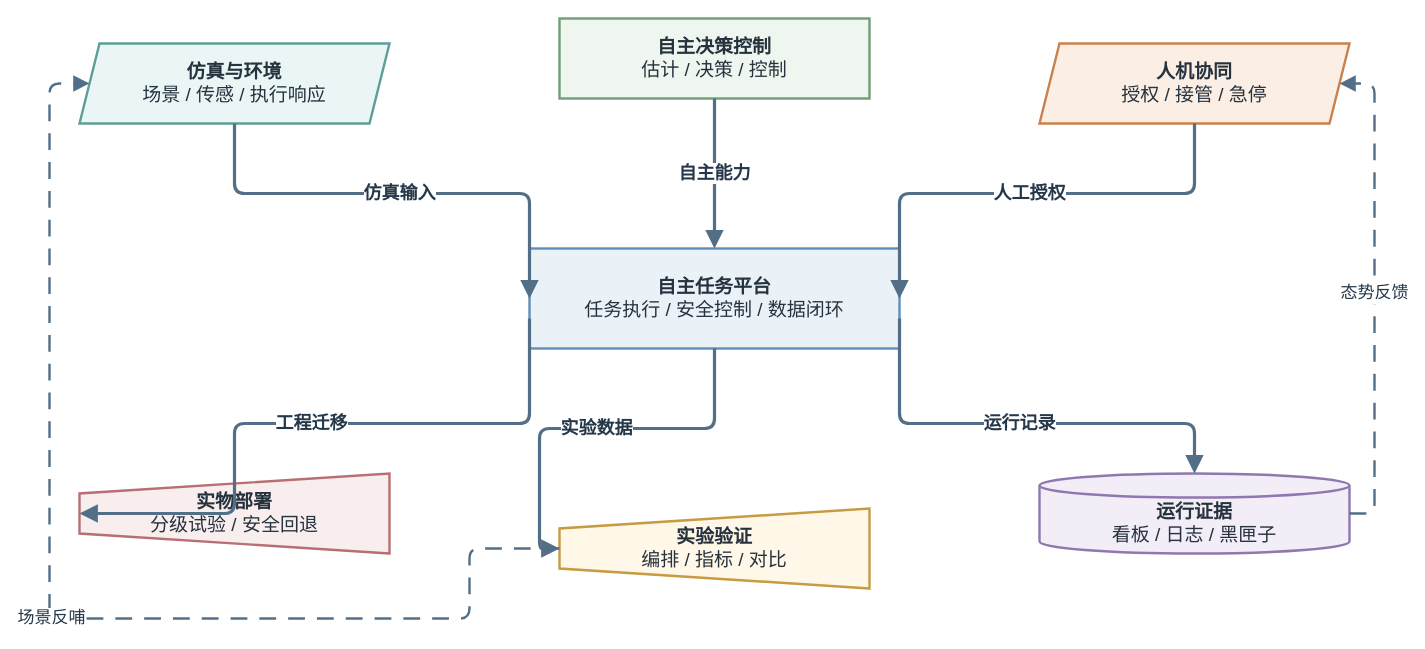
Before: docs/thesis/figures/architecture/auv_system_capability_map.drawio in 360ZMEM/AUV-Master-Project, a draw.io diagram. Source tidied: cells renumbered, new cells numbered last; positions are measured from the earlier drawing's top-left corner, leaving out a move shared by most shapes. Both pictures are drawn from the tidied source at 100%, with x=0, y=0 at pixel (49, 18).
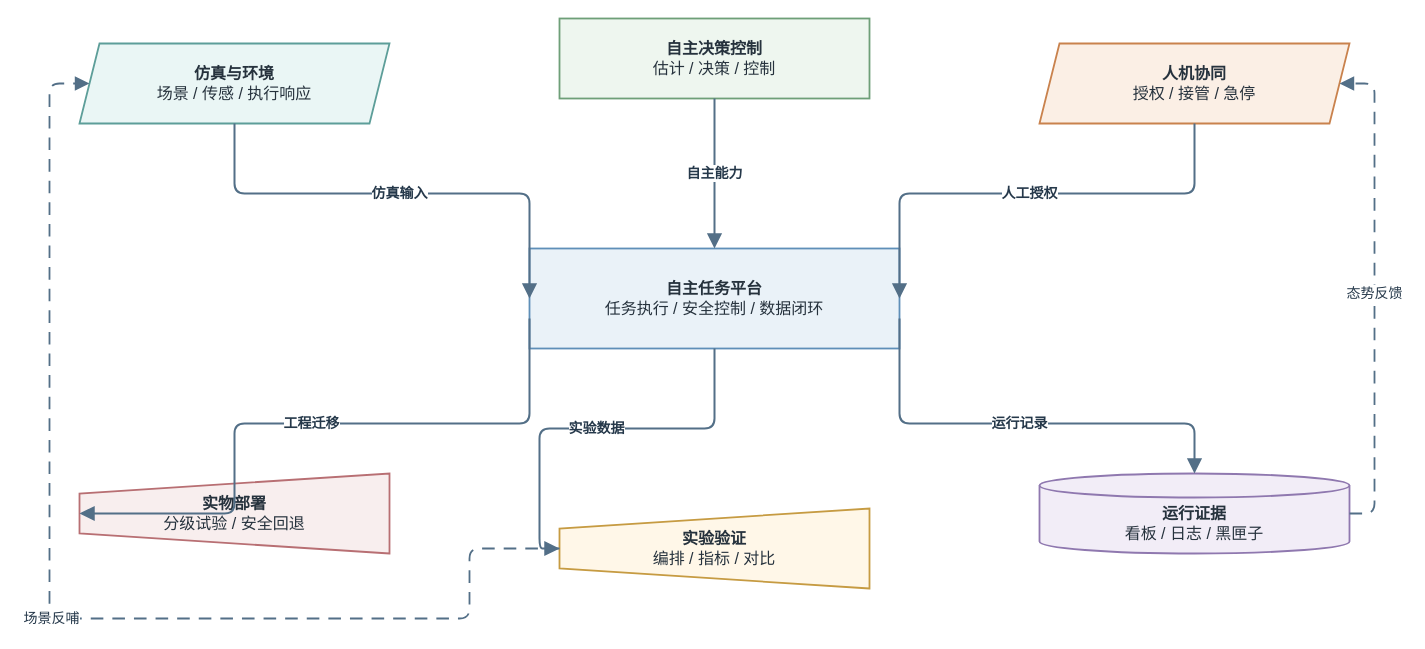
The same page after the edit.

The edit, as a diff of the source:
```diff
@@
-    <mxCell id="2" value="&lt;b&gt;自主任务平台&lt;/b&gt;&lt;br&gt;任务执行 / 安全控制 / 数据闭环" style="rounded=0;whiteSpace=wrap;html=1;align=center;verticalAlign=middle;fillColor=#EAF2F8;strokeColor=#5F8FB8;strokeWidth=2.4;spacing=8;fontFamily=Songti SC;fontSize=19;fontColor=#26323D;" parent="1" vertex="1">
+    <mxCell id="2" value="&lt;b&gt;自主任务平台&lt;/b&gt;&lt;br&gt;任务执行 / 安全控制 / 数据闭环" style="rounded=0;whiteSpace=wrap;html=1;align=center;verticalAlign=middle;fillColor=#EAF2F8;strokeColor=#5F8FB8;strokeWidth=1.8;spacing=8;fontFamily=Songti SC;fontSize=16;fontColor=#26323D;" parent="1" vertex="1">
       <mxGeometry x="480" y="230" width="370" height="100" as="geometry" />
     </mxCell>
-    <mxCell id="3" value="&lt;b&gt;仿真与环境&lt;/b&gt;&lt;br&gt;场景 / 传感 / 执行响应" style="shape=parallelogram;perimeter=parallelogramPerimeter;fixedSize=1;whiteSpace=wrap;html=1;align=center;verticalAlign=middle;fillColor=#EAF6F5;strokeColor=#5D9E99;strokeWidth=2.4;spacing=8;fontFamily=Songti SC;fontSize=19;fontColor=#26323D;" parent="1" vertex="1">
+    <mxCell id="3" value="&lt;b&gt;仿真与环境&lt;/b&gt;&lt;br&gt;场景 / 传感 / 执行响应" style="shape=parallelogram;perimeter=parallelogramPerimeter;fixedSize=1;whiteSpace=wrap;html=1;align=center;verticalAlign=middle;fillColor=#EAF6F5;strokeColor=#5D9E99;strokeWidth=1.8;spacing=8;fontFamily=Songti SC;fontSize=16;fontColor=#26323D;" parent="1" vertex="1">
       <mxGeometry x="30" y="25" width="310" height="80" as="geometry" />
     </mxCell>
-    <mxCell id="4" value="&lt;b&gt;自主决策控制&lt;/b&gt;&lt;br&gt;估计 / 决策 / 控制" style="rounded=0;whiteSpace=wrap;html=1;align=center;verticalAlign=middle;fillColor=#EEF6EF;strokeColor=#6E9F78;strokeWidth=2.4;spacing=8;fontFamily=Songti SC;fontSize=19;fontColor=#26323D;" parent="1" vertex="1">
+    <mxCell id="4" value="&lt;b&gt;自主决策控制&lt;/b&gt;&lt;br&gt;估计 / 决策 / 控制" style="rounded=0;whiteSpace=wrap;html=1;align=center;verticalAlign=middle;fillColor=#EEF6EF;strokeColor=#6E9F78;strokeWidth=1.8;spacing=8;fontFamily=Songti SC;fontSize=16;fontColor=#26323D;" parent="1" vertex="1">
       <mxGeometry x="510" width="310" height="80" as="geometry" />
     </mxCell>
-    <mxCell id="5" value="&lt;b&gt;人机协同&lt;/b&gt;&lt;br&gt;授权 / 接管 / 急停" style="shape=parallelogram;perimeter=parallelogramPerimeter;fixedSize=1;whiteSpace=wrap;html=1;align=center;verticalAlign=middle;fillColor=#FBEFE5;strokeColor=#C9824D;strokeWidth=2.4;spacing=8;fontFamily=Songti SC;fontSize=19;fontColor=#26323D;" parent="1" vertex="1">
+    <mxCell id="5" value="&lt;b&gt;人机协同&lt;/b&gt;&lt;br&gt;授权 / 接管 / 急停" style="shape=parallelogram;perimeter=parallelogramPerimeter;fixedSize=1;whiteSpace=wrap;html=1;align=center;verticalAlign=middle;fillColor=#FBEFE5;strokeColor=#C9824D;strokeWidth=1.8;spacing=8;fontFamily=Songti SC;fontSize=16;fontColor=#26323D;" parent="1" vertex="1">
       <mxGeometry x="990" y="25" width="310" height="80" as="geometry" />
     </mxCell>
-    <mxCell id="6" value="&lt;b&gt;实物部署&lt;/b&gt;&lt;br&gt;分级试验 / 安全回退" style="shape=trapezoid;perimeter=trapezoidPerimeter;fixedSize=1;direction=north;whiteSpace=wrap;html=1;align=center;verticalAlign=middle;fillColor=#F8EEEE;strokeColor=#B86F73;strokeWidth=2.4;spacing=8;fontFamily=Songti SC;fontSize=19;fontColor=#26323D;" parent="1" vertex="1">
+    <mxCell id="6" value="&lt;b&gt;实物部署&lt;/b&gt;&lt;br&gt;分级试验 / 安全回退" style="shape=trapezoid;perimeter=trapezoidPerimeter;fixedSize=1;direction=north;whiteSpace=wrap;html=1;align=center;verticalAlign=middle;fillColor=#F8EEEE;strokeColor=#B86F73;strokeWidth=1.8;spacing=8;fontFamily=Songti SC;fontSize=16;fontColor=#26323D;" parent="1" vertex="1">
       <mxGeometry x="30" y="455" width="310" height="80" as="geometry" />
     </mxCell>
-    <mxCell id="7" value="&lt;b&gt;实验验证&lt;/b&gt;&lt;br&gt;编排 / 指标 / 对比" style="shape=trapezoid;perimeter=trapezoidPerimeter;fixedSize=1;direction=north;whiteSpace=wrap;html=1;align=center;verticalAlign=middle;fillColor=#FFF7E8;strokeColor=#C69B42;strokeWidth=2.4;spacing=8;fontFamily=Songti SC;fontSize=19;fontColor=#26323D;" parent="1" vertex="1">
+    <mxCell id="7" value="&lt;b&gt;实验验证&lt;/b&gt;&lt;br&gt;编排 / 指标 / 对比" style="shape=trapezoid;perimeter=trapezoidPerimeter;fixedSize=1;direction=north;whiteSpace=wrap;html=1;align=center;verticalAlign=middle;fillColor=#FFF7E8;strokeColor=#C69B42;strokeWidth=1.8;spacing=8;fontFamily=Songti SC;fontSize=16;fontColor=#26323D;" parent="1" vertex="1">
       <mxGeometry x="510" y="490" width="310" height="80" as="geometry" />
     </mxCell>
-    <mxCell id="8" value="&lt;b&gt;运行证据&lt;/b&gt;&lt;br&gt;看板 / 日志 / 黑匣子" style="shape=cylinder3;boundedLbl=1;backgroundOutline=1;size=12;whiteSpace=wrap;html=1;align=center;verticalAlign=middle;fillColor=#F2EDF7;strokeColor=#8F78AF;strokeWidth=2.4;spacing=8;fontFamily=Songti SC;fontSize=19;fontColor=#26323D;" parent="1" vertex="1">
+    <mxCell id="8" value="&lt;b&gt;运行证据&lt;/b&gt;&lt;br&gt;看板 / 日志 / 黑匣子" style="shape=cylinder3;boundedLbl=1;backgroundOutline=1;size=12;whiteSpace=wrap;html=1;align=center;verticalAlign=middle;fillColor=#F2EDF7;strokeColor=#8F78AF;strokeWidth=1.8;spacing=8;fontFamily=Songti SC;fontSize=16;fontColor=#26323D;" parent="1" vertex="1">
       <mxGeometry x="990" y="455" width="310" height="80" as="geometry" />
     </mxCell>
-    <mxCell id="9" value="仿真输入" style="edgeStyle=orthogonalEdgeStyle;rounded=1;jettySize=auto;html=1;strokeColor=#536F87;strokeWidth=3.2;fontFamily=Songti SC;fontSize=18;fontStyle=1;fontColor=#25384A;labelBackgroundColor=#FFFFFF;labelBorderColor=none;endArrow=block;endFill=1;endSize=10;exitX=0.5;exitY=1;entryX=0;entryY=0.5;" parent="1" edge="1" source="3" target="2">
+    <mxCell id="9" value="仿真输入" style="edgeStyle=orthogonalEdgeStyle;rounded=1;jettySize=auto;html=1;strokeColor=#536F87;strokeWidth=2.0;fontFamily=Songti SC;fontSize=14;fontStyle=1;fontColor=#25384A;labelBackgroundColor=#FFFFFF;labelBorderColor=none;endArrow=block;endFill=1;endSize=10;exitX=0.5;exitY=1;entryX=0;entryY=0.5;" parent="1" edge="1" source="3" target="2">
       <mxGeometry relative="1" as="geometry">
         <Array as="points">
           <mxPoint x="185" y="175" />
           <mxPoint x="480" y="280" />
         </Array>
       </mxGeometry>
     </mxCell>
-    <mxCell id="10" value="自主能力" style="edgeStyle=orthogonalEdgeStyle;rounded=1;jettySize=auto;html=1;strokeColor=#536F87;strokeWidth=3.2;fontFamily=Songti SC;fontSize=18;fontStyle=1;fontColor=#25384A;labelBackgroundColor=#FFFFFF;labelBorderColor=none;endArrow=block;endFill=1;endSize=10;exitX=0.5;exitY=1;entryX=0.5;entryY=0;" parent="1" edge="1" source="4" target="2">
+    <mxCell id="10" value="自主能力" style="edgeStyle=orthogonalEdgeStyle;rounded=1;jettySize=auto;html=1;strokeColor=#536F87;strokeWidth=2.0;fontFamily=Songti SC;fontSize=14;fontStyle=1;fontColor=#25384A;labelBackgroundColor=#FFFFFF;labelBorderColor=none;endArrow=block;endFill=1;endSize=10;exitX=0.5;exitY=1;entryX=0.5;entryY=0;" parent="1" edge="1" source="4" target="2">
       <mxGeometry relative="1" as="geometry" />
     </mxCell>
-    <mxCell id="11" value="人工授权" style="edgeStyle=orthogonalEdgeStyle;rounded=1;jettySize=auto;html=1;strokeColor=#536F87;strokeWidth=3.2;fontFamily=Songti SC;fontSize=18;fontStyle=1;fontColor=#25384A;labelBackgroundColor=#FFFFFF;labelBorderColor=none;endArrow=block;endFill=1;endSize=10;exitX=0.5;exitY=1;entryX=1;entryY=0.5;" parent="1" edge="1" source="5" target="2">
+    <mxCell id="11" value="人工授权" style="edgeStyle=orthogonalEdgeStyle;rounded=1;jettySize=auto;html=1;strokeColor=#536F87;strokeWidth=2.0;fontFamily=Songti SC;fontSize=14;fontStyle=1;fontColor=#25384A;labelBackgroundColor=#FFFFFF;labelBorderColor=none;endArrow=block;endFill=1;endSize=10;exitX=0.5;exitY=1;entryX=1;entryY=0.5;" parent="1" edge="1" source="5" target="2">
       <mxGeometry relative="1" as="geometry">
         <Array as="points">
           <mxPoint x="1145" y="175" />
           <mxPoint x="850" y="280" />
         </Array>
       </mxGeometry>
     </mxCell>
-    <mxCell id="12" value="工程迁移" style="edgeStyle=orthogonalEdgeStyle;rounded=1;jettySize=auto;html=1;strokeColor=#536F87;strokeWidth=3.2;fontFamily=Songti SC;fontSize=18;fontStyle=1;fontColor=#25384A;labelBackgroundColor=#FFFFFF;labelBorderColor=none;endArrow=block;endFill=1;endSize=10;exitX=0;exitY=0.7;entryX=0.5;entryY=0;" parent="1" edge="1" source="2" target="6">
+    <mxCell id="12" value="工程迁移" style="edgeStyle=orthogonalEdgeStyle;rounded=1;jettySize=auto;html=1;strokeColor=#536F87;strokeWidth=2.0;fontFamily=Songti SC;fontSize=14;fontStyle=1;fontColor=#25384A;labelBackgroundColor=#FFFFFF;labelBorderColor=none;endArrow=block;endFill=1;endSize=10;exitX=0;exitY=0.7;entryX=0.5;entryY=0;" parent="1" edge="1" source="2" target="6">
       <mxGeometry relative="1" as="geometry">
         <Array as="points">
           <mxPoint x="480" y="405" />
           <mxPoint x="185" y="405" />
         </Array>
       </mxGeometry>
     </mxCell>
-    <mxCell id="13" value="实验数据" style="edgeStyle=orthogonalEdgeStyle;rounded=1;jettySize=auto;html=1;strokeColor=#536F87;strokeWidth=3.2;fontFamily=Songti SC;fontSize=18;fontStyle=1;fontColor=#25384A;labelBackgroundColor=#FFFFFF;labelBorderColor=none;endArrow=block;endFill=1;endSize=10;exitX=0.5;exitY=1;entryX=0.5;entryY=0;" parent="1" edge="1" source="2" target="7">
+    <mxCell id="13" value="实验数据" style="edgeStyle=orthogonalEdgeStyle;rounded=1;jettySize=auto;html=1;strokeColor=#536F87;strokeWidth=2.0;fontFamily=Songti SC;fontSize=14;fontStyle=1;fontColor=#25384A;labelBackgroundColor=#FFFFFF;labelBorderColor=none;endArrow=block;endFill=1;endSize=10;exitX=0.5;exitY=1;entryX=0.5;entryY=0;" parent="1" edge="1" source="2" target="7">
       <mxGeometry relative="1" as="geometry" />
     </mxCell>
-    <mxCell id="14" value="运行记录" style="edgeStyle=orthogonalEdgeStyle;rounded=1;jettySize=auto;html=1;strokeColor=#536F87;strokeWidth=3.2;fontFamily=Songti SC;fontSize=18;fontStyle=1;fontColor=#25384A;labelBackgroundColor=#FFFFFF;labelBorderColor=none;endArrow=block;endFill=1;endSize=10;exitX=1;exitY=0.7;entryX=0.5;entryY=0;" parent="1" edge="1" source="2" target="8">
+    <mxCell id="14" value="运行记录" style="edgeStyle=orthogonalEdgeStyle;rounded=1;jettySize=auto;html=1;strokeColor=#536F87;strokeWidth=2.0;fontFamily=Songti SC;fontSize=14;fontStyle=1;fontColor=#25384A;labelBackgroundColor=#FFFFFF;labelBorderColor=none;endArrow=block;endFill=1;endSize=10;exitX=1;exitY=0.7;entryX=0.5;entryY=0;" parent="1" edge="1" source="2" target="8">
       <mxGeometry relative="1" as="geometry">
         <Array as="points">
           <mxPoint x="850" y="405" />
           <mxPoint x="1145" y="405" />
         </Array>
       </mxGeometry>
     </mxCell>
-    <mxCell id="15" value="场景反哺" style="edgeStyle=orthogonalEdgeStyle;rounded=1;jettySize=auto;html=1;strokeColor=#536F87;strokeWidth=2.4;fontFamily=Songti SC;fontSize=17;fontColor=#25384A;labelBackgroundColor=#FFFFFF;labelBorderColor=none;endArrow=block;endFill=1;endSize=10;dashed=1;dashPattern=7 5;exitX=0;entryX=0;" parent="1" edge="1" source="7" target="3">
+    <mxCell id="15" value="场景反哺" style="edgeStyle=orthogonalEdgeStyle;rounded=1;jettySize=auto;html=1;strokeColor=#536F87;strokeWidth=1.8;fontFamily=Songti SC;fontSize=14;fontColor=#25384A;labelBackgroundColor=#FFFFFF;labelBorderColor=none;endArrow=block;endFill=1;endSize=10;dashed=1;dashPattern=7 5;exitX=0;entryX=0;" parent="1" edge="1" source="7" target="3">
       <mxGeometry relative="1" as="geometry">
         <Array as="points">
           <mxPoint x="420" y="600" />
           <mxPoint y="600" />
           <mxPoint y="65" />
         </Array>
       </mxGeometry>
     </mxCell>
-    <mxCell id="16" value="态势反馈" style="edgeStyle=orthogonalEdgeStyle;rounded=1;jettySize=auto;html=1;strokeColor=#536F87;strokeWidth=2.4;fontFamily=Songti SC;fontSize=17;fontColor=#25384A;labelBackgroundColor=#FFFFFF;labelBorderColor=none;endArrow=block;endFill=1;endSize=10;dashed=1;dashPattern=7 5;exitX=1;entryX=1;" parent="1" edge="1" source="8" target="5">
+    <mxCell id="16" value="态势反馈" style="edgeStyle=orthogonalEdgeStyle;rounded=1;jettySize=auto;html=1;strokeColor=#536F87;strokeWidth=1.8;fontFamily=Songti SC;fontSize=14;fontColor=#25384A;labelBackgroundColor=#FFFFFF;labelBorderColor=none;endArrow=block;endFill=1;endSize=10;dashed=1;dashPattern=7 5;exitX=1;entryX=1;" parent="1" edge="1" source="8" target="5">
       <mxGeometry relative="1" as="geometry">
         <Array as="points">
           <mxPoint x="1325" y="495" />
           <mxPoint x="1325" y="65" />
         </Array>
       </mxGeometry>
     </mxCell>
```
